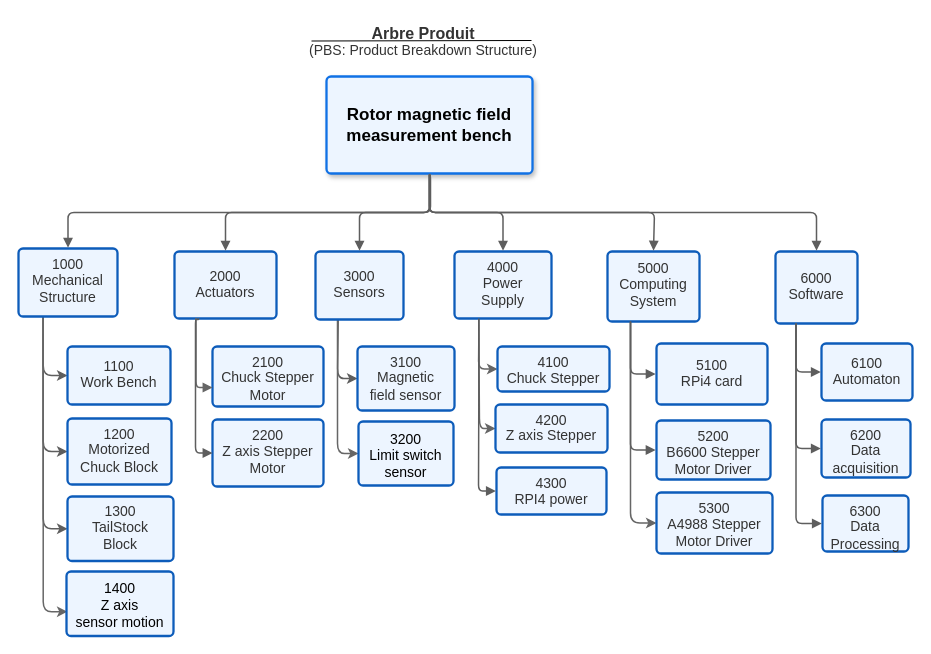
cjlux/Banc-Mesure-Rotor keeps this draw.io diagram as page "PBS-RPi" (4 of 7) of Docs/Diagrams/Rotor magnetic field measurement bench.drawio. Above is the earlier version. Source tidied: cells renumbered, new cells numbered last; positions are measured from the earlier drawing's top-left corner, leaving out a move shared by most shapes. Both pictures are drawn from the tidied source at 100%, with x=0, y=0 at pixel (18, 18).
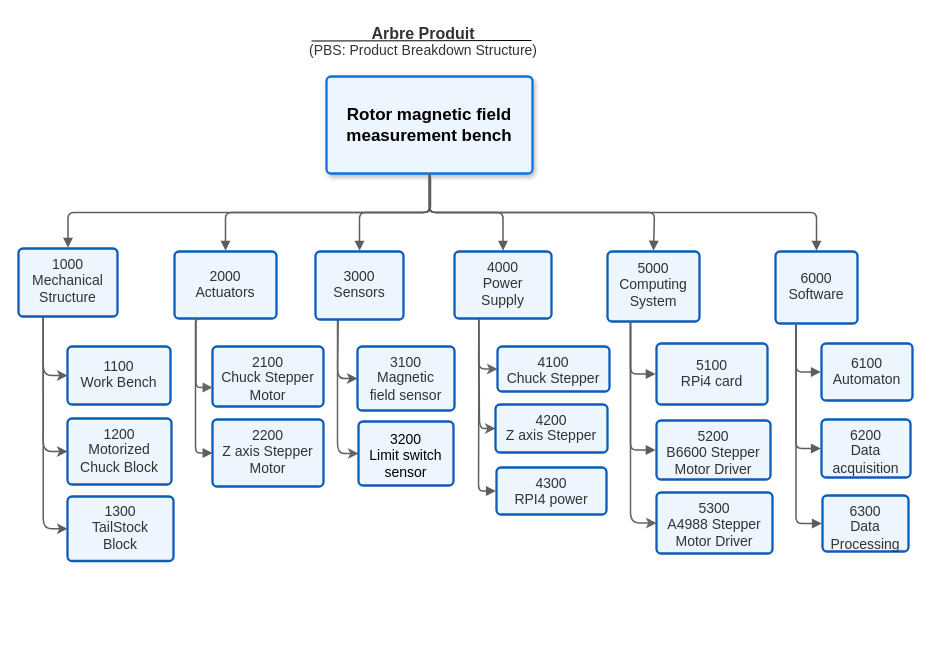
The same page after the edit.

The change refers to these unchanged cells:
```xml
<mxCell id="8" value="&lt;div style=&quot;display: flex; justify-content: center; text-align: center; align-items: baseline; font-size: 14px; line-height: 1.25; margin-top: -2px;&quot;&gt;&lt;span style=&quot;font-size: 14px;&quot;&gt;&lt;span style=&quot;font-size: 14px; color: rgb(51, 51, 51);&quot;&gt;1000&lt;br&gt;&lt;/span&gt;&lt;/span&gt;&lt;/div&gt;&lt;div style=&quot;display: flex; justify-content: center; text-align: center; align-items: baseline; font-size: 14px; line-height: 1.25; margin-top: -2px;&quot;&gt;&lt;span style=&quot;font-size: 14px;&quot;&gt;&lt;span style=&quot;font-size: 14px; color: rgb(51, 51, 51);&quot;&gt;Mechanical Structure&lt;/span&gt;&lt;/span&gt;&lt;/div&gt;" style="html=1;overflow=block;blockSpacing=1;whiteSpace=wrap;fontSize=14;spacing=9;strokeColor=#0D5CBA;strokeOpacity=100;fillOpacity=100;rounded=1;absoluteArcSize=1;arcSize=9;fillColor=#edf5ff;strokeWidth=2.3;lucidId=op2DeZ.cYt9W;" parent="1" vertex="1">
  <mxGeometry y="230" width="99" height="68" as="geometry" />
</mxCell>
```

The edit, as a diff of the source:
```diff
@@
-    <mxCell id="7" style="edgeStyle=orthogonalEdgeStyle;rounded=1;jettySize=auto;html=1;exitX=0.25;exitY=1;exitDx=0;exitDy=0;entryX=0;entryY=0.5;entryDx=0;entryDy=0;curved=0;strokeWidth=1.5;strokeColor=#666666;" parent="1" edge="1" source="8">
-      <mxGeometry relative="1" as="geometry">
-        <mxPoint x="49" y="593.2" as="targetPoint" />
-        <Array as="points">
-          <mxPoint x="25" y="593" />
-        </Array>
-      </mxGeometry>
-    </mxCell>
@@
-    <mxCell id="48" value="&lt;div&gt;1400&lt;/div&gt;&lt;div&gt;Z axis&lt;/div&gt;&lt;div&gt;sensor motion&lt;br&gt;&lt;/div&gt;" style="html=1;overflow=block;blockSpacing=1;whiteSpace=wrap;fontSize=14;spacing=9;strokeColor=#0D5CBA;strokeOpacity=100;fillOpacity=100;rounded=1;absoluteArcSize=1;arcSize=9;fillColor=#edf5ff;strokeWidth=2.3;lucidId=op2DaYbvGgqG;" parent="1" vertex="1">
-      <mxGeometry x="48" y="553" width="107" height="64.5" as="geometry" />
-    </mxCell>
```
